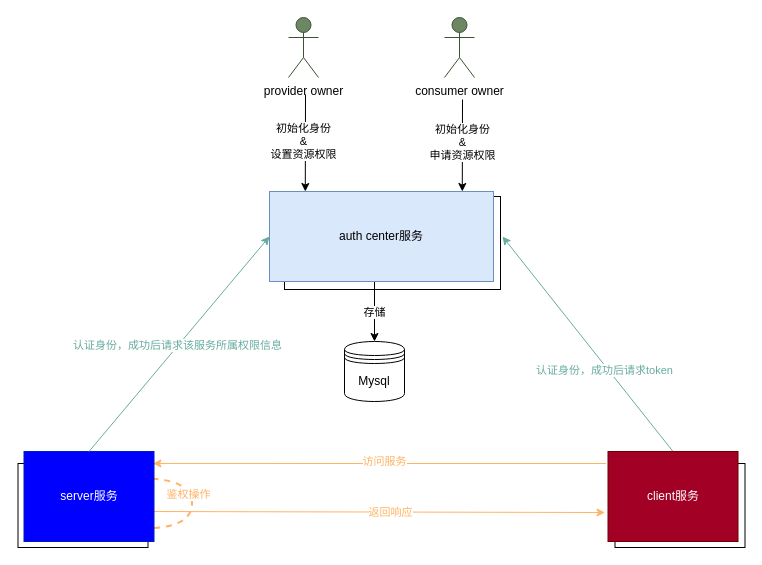
gitcodeporter/draw-uml keeps this draw.io diagram as 鉴权中心一期.drawio. Above is the earlier version. Source tidied: cells renumbered, new cells numbered last; positions are measured from the earlier drawing's top-left corner, leaving out a move shared by most shapes. Both pictures are drawn from the tidied source at 100%, with x=0, y=0 at pixel (17, 17).
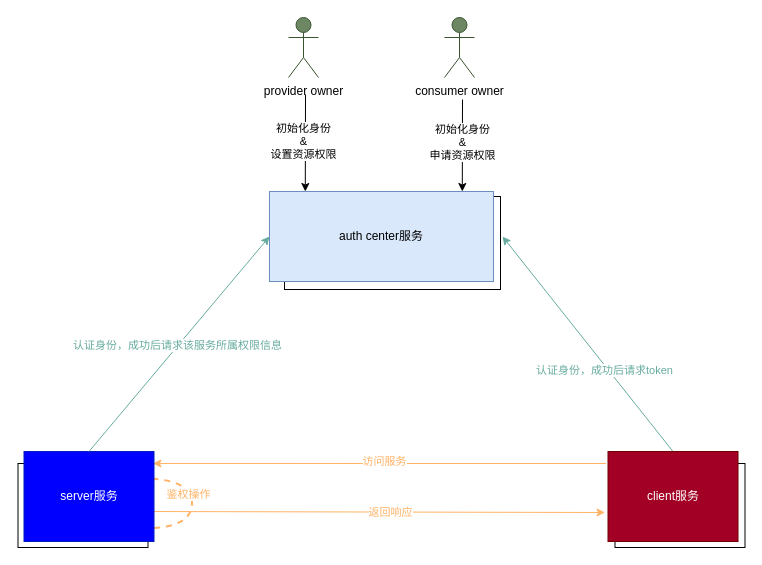
The same page after the edit.

Commit message:
更新鉴权中心一期.drawio

The edit, as a diff of the source:
```diff
@@
-    <mxCell id="5" style="edgeStyle=none;rounded=0;jettySize=auto;html=1;entryX=0.5;entryY=0;entryDx=0;entryDy=0;fontColor=#000000;startArrow=none;startFill=0;strokeColor=#000000;strokeWidth=1;exitX=0.25;exitY=1;exitDx=0;exitDy=0;" parent="1" edge="1" target="25">
-      <mxGeometry relative="1" as="geometry">
-        <mxPoint x="357" y="264" as="sourcePoint" />
-      </mxGeometry>
-    </mxCell>
-    <mxCell id="6" value="存储" style="edgeLabel;html=1;align=center;verticalAlign=middle;fontColor=#000000;" parent="5" vertex="1">
-      <mxGeometry x="-0.01" y="-1" relative="1" as="geometry" />
-    </mxCell>
@@
-    <mxCell id="25" value="Mysql" style="shape=datastore;whiteSpace=wrap;html=1;" parent="1" vertex="1">
-      <mxGeometry x="327" y="324" width="60" height="60" as="geometry" />
-    </mxCell>
```
